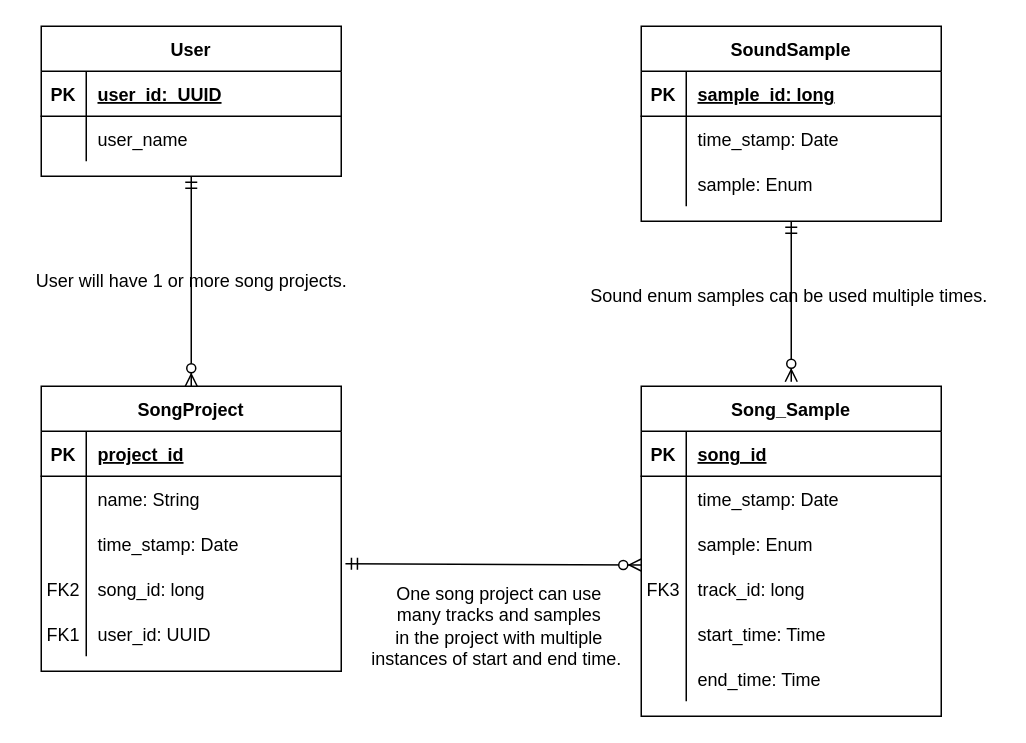
Before: docs/work/erd.drawio in sound-doodle/sound-doodle.github.io, a draw.io diagram. Source tidied: cells renumbered, new cells numbered last; positions are measured from the earlier drawing's top-left corner, leaving out a move shared by most shapes. Both pictures are drawn from the tidied source at 150%, with x=0, y=0 at pixel (26, 26).
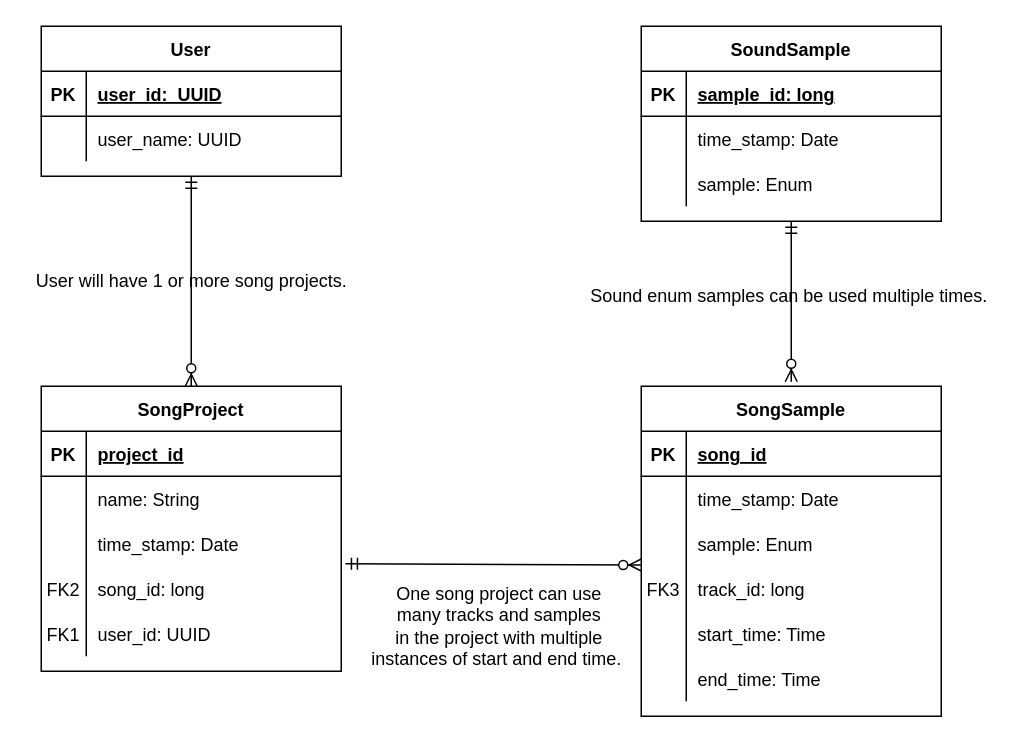
The same page after the edit.

The change refers to these unchanged cells:
```xml
<mxCell id="35" style="shape=partialRectangle;fillColor=none;top=0;left=0;right=0;bottom=0;" parent="31" vertex="1">
  <mxGeometry y="60" width="200" height="30" as="geometry" />
</mxCell>
```

What changed in the source:
```diff
@@
-    <mxCell id="12" value="Song_Sample" style="shape=table;startSize=30;childLayout=tableLayout;rowLines=0;fontStyle=1;align=center;" parent="1" vertex="1">
+    <mxCell id="12" value="SongSample" style="shape=table;startSize=30;childLayout=tableLayout;rowLines=0;fontStyle=1;align=center;" parent="1" vertex="1">
       <mxGeometry x="410" y="240" width="200" height="220" as="geometry" />
     </mxCell>
@@
-    <mxCell id="37" value="user_name" style="shape=partialRectangle;overflow=hidden;fillColor=none;top=0;left=0;bottom=0;right=0;align=left;spacingLeft=6;" parent="35" vertex="1">
+    <mxCell id="37" value="user_name: UUID" style="shape=partialRectangle;overflow=hidden;fillColor=none;top=0;left=0;bottom=0;right=0;align=left;spacingLeft=6;" parent="35" vertex="1">
       <mxGeometry x="30" width="170" height="30" as="geometry" />
     </mxCell>
```
